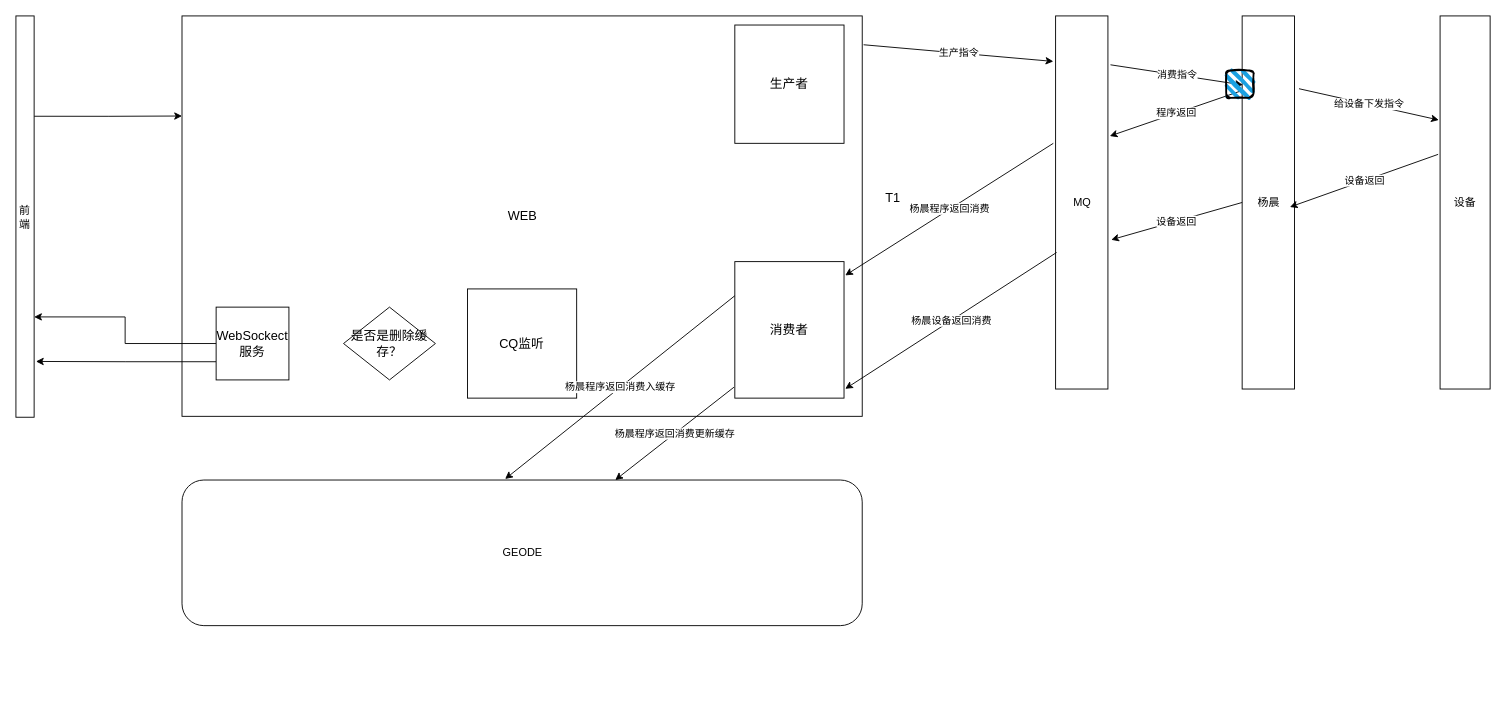
This is test.drawio from zm52hz/test1, a draw.io file, before an edit. Source tidied: cells renumbered, new cells numbered last; positions are measured from the earlier drawing's top-left corner, leaving out a move shared by most shapes. Both pictures are drawn from the tidied source at 91%, with x=0, y=0 at pixel (15, 15).
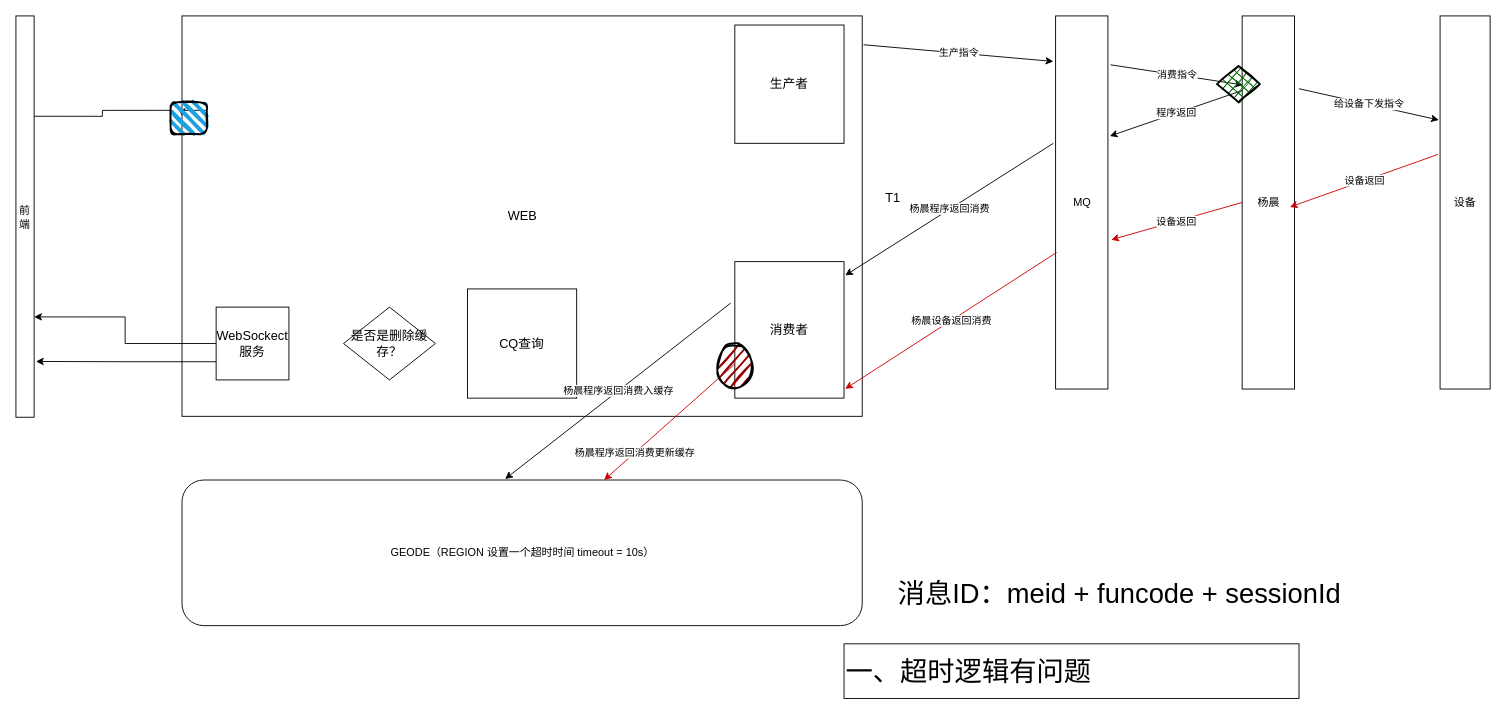
The same page after the edit.

The change refers to these unchanged cells:
```xml
<mxCell id="2" value="WEB" style="rounded=0;whiteSpace=wrap;html=1;fontSize=14;" parent="1" vertex="1">
  <mxGeometry x="182.5" width="747.5" height="440" as="geometry" />
</mxCell>
<mxCell id="4" value="前端" style="rounded=0;whiteSpace=wrap;html=1;" parent="1" vertex="1">
  <mxGeometry width="20" height="441" as="geometry" />
</mxCell>
<mxCell id="5" value="MQ" style="rounded=0;whiteSpace=wrap;html=1;" parent="1" vertex="1">
  <mxGeometry x="1142.5" width="57.5" height="410" as="geometry" />
</mxCell>
<mxCell id="6" value="杨晨" style="rounded=0;whiteSpace=wrap;html=1;" parent="1" vertex="1">
  <mxGeometry x="1347.5" width="57.5" height="410" as="geometry" />
</mxCell>
<mxCell id="7" value="设备" style="rounded=0;whiteSpace=wrap;html=1;" parent="1" vertex="1">
  <mxGeometry x="1565" width="55" height="410" as="geometry" />
</mxCell>
<mxCell id="16" value="消费者" style="rounded=0;whiteSpace=wrap;html=1;fontSize=14;" parent="1" vertex="1">
  <mxGeometry x="790" y="270" width="120" height="150" as="geometry" />
</mxCell>
```

The edit, as a diff of the source:
```diff
@@
-    <mxCell id="3" style="edgeStyle=orthogonalEdgeStyle;rounded=0;jettySize=auto;html=1;exitX=1;exitY=0.25;exitDx=0;exitDy=0;entryX=0;entryY=0.25;entryDx=0;entryDy=0;" parent="1" edge="1" source="4" target="2">
+    <mxCell id="3" style="edgeStyle=orthogonalEdgeStyle;rounded=0;jettySize=auto;html=1;exitX=1;exitY=0.25;exitDx=0;exitDy=0;entryX=0;entryY=0.25;entryDx=0;entryDy=0;startArrow=none;" parent="1" edge="1" source="23" target="2">
       <mxGeometry relative="1" as="geometry" />
     </mxCell>
@@
-    <mxCell id="10" value="CQ监听" style="whiteSpace=wrap;html=1;fontSize=14;" parent="1" vertex="1">
+    <mxCell id="10" value="CQ查询" style="whiteSpace=wrap;html=1;fontSize=14;" parent="1" vertex="1">
       <mxGeometry x="496.2" y="300" width="120" height="120" as="geometry" />
     </mxCell>
@@
-    <mxCell id="15" value="GEODE" style="rounded=1;whiteSpace=wrap;html=1;" parent="1" vertex="1">
+    <mxCell id="15" value="GEODE（REGION 设置一个超时时间 timeout = 10s）" style="rounded=1;whiteSpace=wrap;html=1;" parent="1" vertex="1">
       <mxGeometry x="182.5" y="510" width="747.5" height="160" as="geometry" />
     </mxCell>
@@
-    <mxCell id="21" value="设备返回" style="endArrow=classic;html=1;rounded=0;exitX=-0.039;exitY=0.371;exitDx=0;exitDy=0;exitPerimeter=0;" parent="1" edge="1" source="7">
+    <mxCell id="21" value="设备返回" style="endArrow=classic;html=1;rounded=0;exitX=-0.039;exitY=0.371;exitDx=0;exitDy=0;exitPerimeter=0;strokeColor=#CC0000;" parent="1" edge="1" source="7">
       <mxGeometry relative="1" as="geometry">
         <mxPoint x="1400" y="210" as="targetPoint" />
       </mxGeometry>
     </mxCell>
-    <mxCell id="22" value="设备返回" style="endArrow=classic;html=1;rounded=0;exitX=0;exitY=0.5;exitDx=0;exitDy=0;entryX=1.063;entryY=0.6;entryDx=0;entryDy=0;entryPerimeter=0;" parent="1" edge="1" source="6" target="5">
+    <mxCell id="22" value="设备返回" style="endArrow=classic;html=1;rounded=0;exitX=0;exitY=0.5;exitDx=0;exitDy=0;entryX=1.063;entryY=0.6;entryDx=0;entryDy=0;entryPerimeter=0;strokeColor=#CC0000;" parent="1" edge="1" source="6" target="5">
       <mxGeometry relative="1" as="geometry" />
     </mxCell>
-    <mxCell id="23" style="rounded=1;whiteSpace=wrap;html=1;strokeWidth=2;fillWeight=4;hachureGap=8;hachureAngle=45;fillColor=#1ba1e2;sketch=1;" parent="1" vertex="1">
-      <mxGeometry x="1330" y="60" width="30" height="30" as="geometry" />
-    </mxCell>
-    <mxCell id="24" value="杨晨设备返回消费" style="endArrow=classic;html=1;rounded=0;exitX=0.019;exitY=0.634;exitDx=0;exitDy=0;exitPerimeter=0;entryX=1.011;entryY=0.932;entryDx=0;entryDy=0;entryPerimeter=0;" parent="1" edge="1" source="5" target="16">
+    <mxCell id="24" value="杨晨设备返回消费" style="endArrow=classic;html=1;rounded=0;exitX=0.019;exitY=0.634;exitDx=0;exitDy=0;exitPerimeter=0;entryX=1.011;entryY=0.932;entryDx=0;entryDy=0;entryPerimeter=0;strokeColor=#CC0000;" parent="1" edge="1" source="5" target="16">
       <mxGeometry relative="1" as="geometry" />
     </mxCell>
@@
-    <mxCell id="26" value="杨晨程序返回消费入缓存" style="endArrow=classic;html=1;rounded=0;exitX=0;exitY=0.25;exitDx=0;exitDy=0;entryX=0.475;entryY=-0.007;entryDx=0;entryDy=0;entryPerimeter=0;" parent="1" edge="1" source="16" target="15">
+    <mxCell id="26" value="杨晨程序返回消费入缓存" style="endArrow=classic;html=1;rounded=0;entryX=0.475;entryY=-0.007;entryDx=0;entryDy=0;entryPerimeter=0;exitX=-0.038;exitY=0.304;exitDx=0;exitDy=0;exitPerimeter=0;" parent="1" edge="1" source="16" target="15">
       <mxGeometry relative="1" as="geometry" />
     </mxCell>
-    <mxCell id="27" value="杨晨程序返回消费更新缓存" style="endArrow=classic;html=1;rounded=0;exitX=-0.008;exitY=0.92;exitDx=0;exitDy=0;exitPerimeter=0;" parent="1" edge="1" source="16" target="15">
-      <mxGeometry relative="1" as="geometry" />
+    <mxCell id="27" value="杨晨程序返回消费更新缓存" style="endArrow=classic;html=1;rounded=0;exitX=0;exitY=0.75;exitDx=0;exitDy=0;startArrow=none;strokeColor=#CC0000;" parent="1" edge="1" source="16" target="15">
+      <mxGeometry x="0.53" relative="1" as="geometry" />
     </mxCell>
+    <mxCell id="28" value="&lt;font style=&quot;font-size: 30px;&quot;&gt;消息ID：meid + funcode + sessionId&amp;nbsp;&lt;/font&gt;" style="text;html=1;strokeColor=none;fillColor=none;align=center;verticalAlign=middle;whiteSpace=wrap;rounded=0;" parent="1" vertex="1">
+      <mxGeometry x="947" y="600" width="540" height="70" as="geometry" />
+    </mxCell>
+    <mxCell id="29" style="ellipse;whiteSpace=wrap;html=1;strokeWidth=2;fillWeight=2;hachureGap=8;fillColor=#990000;fillStyle=dots;sketch=1;fontSize=30;" parent="1" vertex="1">
+      <mxGeometry x="770" y="360" width="40" height="50" as="geometry" />
+    </mxCell>
+    <mxCell id="30" style="rhombus;whiteSpace=wrap;html=1;strokeWidth=2;fillWeight=-1;hachureGap=8;fillStyle=cross-hatch;fillColor=#006600;sketch=1;fontSize=30;" parent="1" vertex="1">
+      <mxGeometry x="1320" y="55" width="47" height="40" as="geometry" />
+    </mxCell>
+    <mxCell id="23" style="rounded=1;whiteSpace=wrap;html=1;strokeWidth=2;fillWeight=4;hachureGap=8;hachureAngle=45;fillColor=#1ba1e2;sketch=1;arcSize=20;" parent="1" vertex="1">
+      <mxGeometry x="170" y="95" width="40" height="35" as="geometry" />
+    </mxCell>
+    <mxCell id="31" style="edgeStyle=orthogonalEdgeStyle;rounded=0;jettySize=auto;html=1;exitX=1;exitY=0.25;exitDx=0;exitDy=0;entryX=0;entryY=0.25;entryDx=0;entryDy=0;endArrow=none;" parent="1" edge="1" source="4" target="23">
+      <mxGeometry relative="1" as="geometry" />
+    </mxCell>
+    <mxCell id="32" value="一、超时逻辑有问题" style="rounded=0;whiteSpace=wrap;html=1;fontSize=30;align=left;" parent="1" vertex="1">
+      <mxGeometry x="910" y="690" width="500" height="60" as="geometry" />
+    </mxCell>
```
